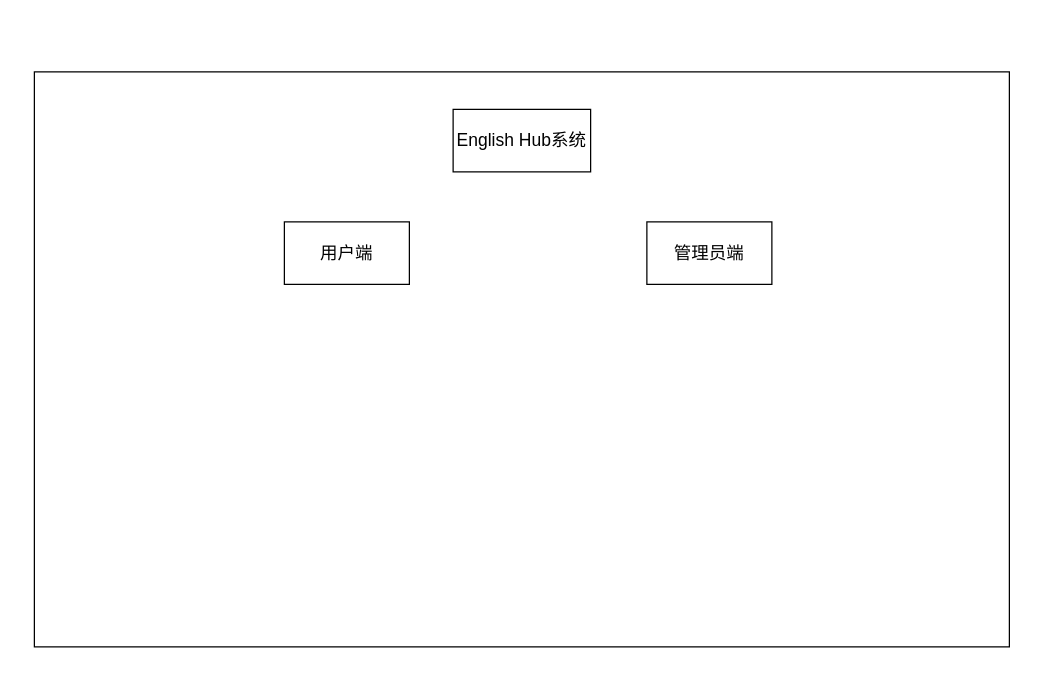
6Yolo6/GraduationDesign keeps this draw.io diagram as 系统需求分析框架.drawio. Above is the earlier version. Source tidied: cells renumbered, new cells numbered last; positions are measured from the earlier drawing's top-left corner, leaving out a move shared by most shapes. Both pictures are drawn from the tidied source at 125%, with x=0, y=0 at pixel (34, 71).
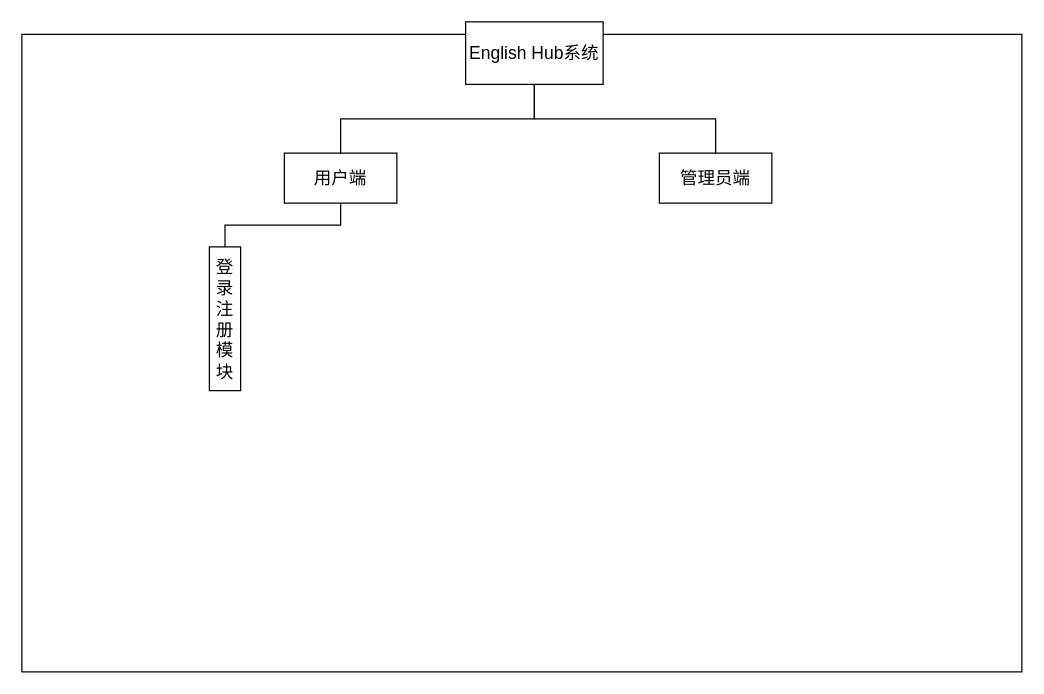
The same page after the edit.

Commit message (it also covers changes not shown here):
更新系统需求分析框架.drawio

The edit, as a diff of the source:
```diff
@@
 <mxGraphModel>
   <root>
     <mxCell id="0" />
     <mxCell id="1" parent="0" />
     <mxCell id="2" style="rounded=0;whiteSpace=wrap;html=1;" parent="1" vertex="1">
-      <mxGeometry width="780" height="460" as="geometry" />
+      <mxGeometry x="-10" y="-30" width="800" height="510" as="geometry" />
     </mxCell>
     <mxCell id="3" value="English Hub系统" style="rounded=0;whiteSpace=wrap;html=1;fontSize=14;" parent="1" vertex="1">
-      <mxGeometry x="335" y="30" width="110" height="50" as="geometry" />
+      <mxGeometry x="345" y="-40" width="110" height="50" as="geometry" />
     </mxCell>
     <mxCell id="4" value="用户端" style="rounded=0;whiteSpace=wrap;html=1;fontSize=14;" parent="1" vertex="1">
-      <mxGeometry x="200" y="120" width="100" height="50" as="geometry" />
+      <mxGeometry x="200" y="65" width="90" height="40" as="geometry" />
     </mxCell>
     <mxCell id="5" value="管理员端" style="rounded=0;whiteSpace=wrap;html=1;fontSize=14;" parent="1" vertex="1">
-      <mxGeometry x="490" y="120" width="100" height="50" as="geometry" />
+      <mxGeometry x="500" y="65" width="90" height="40" as="geometry" />
     </mxCell>
+    <mxCell id="6" value="登录注册模块" style="rounded=0;whiteSpace=wrap;html=1;fontSize=14;direction=south;" parent="1" vertex="1">
+      <mxGeometry x="140" y="140" width="25" height="115" as="geometry" />
+    </mxCell>
+    <mxCell id="7" style="endArrow=none;html=1;rounded=0;entryX=0.5;entryY=1;entryDx=0;entryDy=0;edgeStyle=orthogonalEdgeStyle;exitX=0.5;exitY=0;exitDx=0;exitDy=0;" parent="1" edge="1" source="4" target="3">
+      <mxGeometry relative="1" as="geometry" />
+    </mxCell>
+    <mxCell id="8" style="endArrow=none;html=1;rounded=0;entryX=0.5;entryY=1;entryDx=0;entryDy=0;exitX=0.5;exitY=0;exitDx=0;exitDy=0;edgeStyle=orthogonalEdgeStyle;" parent="1" edge="1" source="5" target="3">
+      <mxGeometry relative="1" as="geometry" />
+    </mxCell>
+    <mxCell id="9" style="endArrow=none;html=1;rounded=0;entryX=0.5;entryY=1;entryDx=0;entryDy=0;exitX=0;exitY=0.5;exitDx=0;exitDy=0;edgeStyle=orthogonalEdgeStyle;" parent="1" edge="1" source="6" target="4">
+      <mxGeometry relative="1" as="geometry" />
+    </mxCell>
   </root>
 </mxGraphModel>
```
